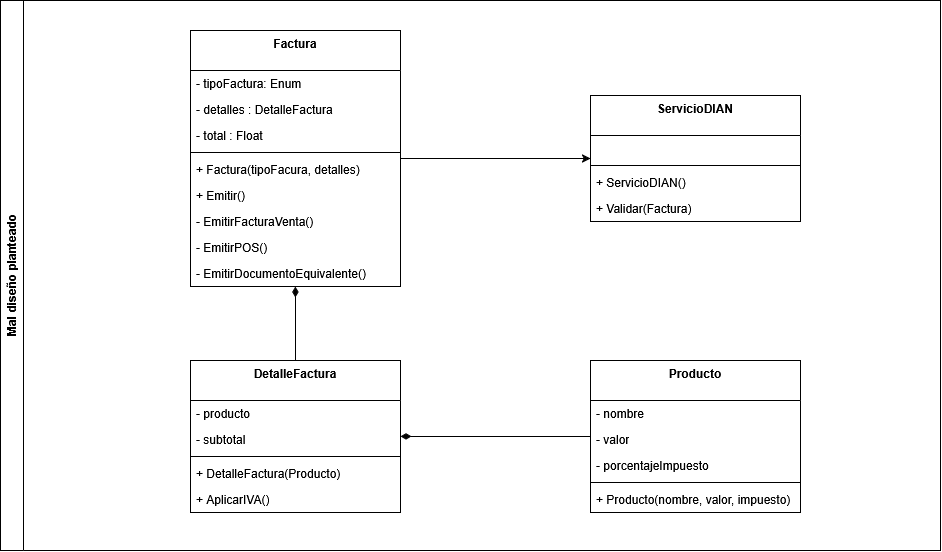
Above: Sample/bad_design/esp_arqsoft_entrega_1_bad_design.drawio.png in devgalop/esp-arqsoft-entregable-1 (draw.io), before the change. Source tidied: cells renumbered, new cells last; positions are measured from the earlier drawing's top-left corner, leaving out a move shared by most shapes.
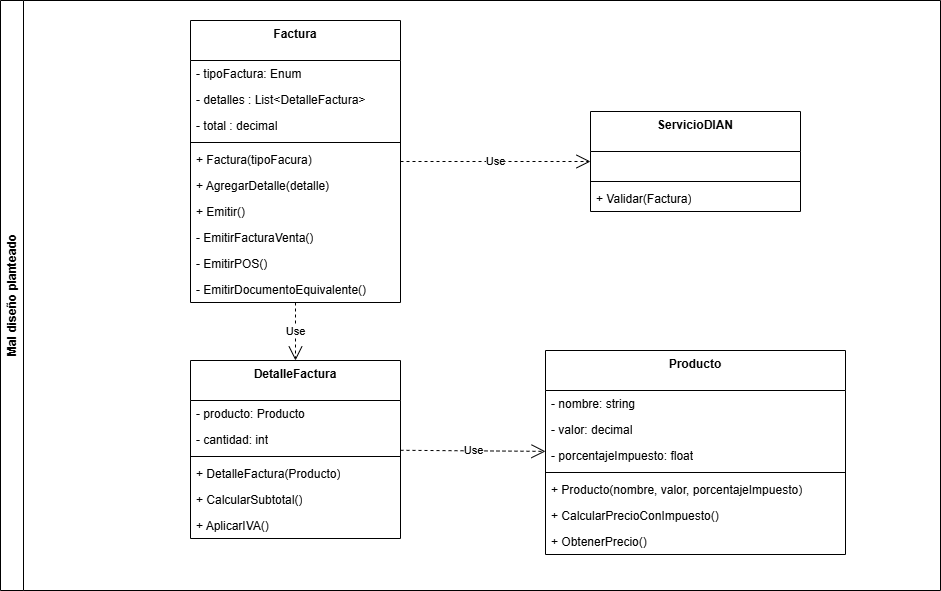
Later version of the same file.

The edit, as a diff of the source:
```diff
@@ -1,99 +1,108 @@
-<mxGraphModel>
+<mxGraphModel background="#ffffff">
   <root>
     <mxCell id="0" />
     <mxCell id="1" parent="0" />
+    <mxCell id="32" value="Mal diseño planteado" style="swimlane;horizontal=0;whiteSpace=wrap;html=1;" parent="1" vertex="1">
+      <mxGeometry width="940" height="590" as="geometry" />
+    </mxCell>
+    <mxCell id="26" value="ServicioDIAN" style="swimlane;fontStyle=1;align=center;verticalAlign=top;horizontal=1;startSize=40;whiteSpace=wrap;html=1;" parent="32" vertex="1">
+      <mxGeometry x="590" y="111" width="210" height="100" as="geometry" />
+    </mxCell>
+    <mxCell id="27" value="&amp;nbsp;" style="text;strokeColor=none;fillColor=none;align=left;verticalAlign=top;spacingLeft=4;spacingRight=4;overflow=hidden;whiteSpace=wrap;html=1;" parent="26" vertex="1">
+      <mxGeometry y="40" width="210" height="26" as="geometry" />
+    </mxCell>
+    <mxCell id="28" style="line;strokeWidth=1;fillColor=none;align=left;verticalAlign=middle;spacingTop=-1;spacingLeft=3;spacingRight=3;labelPosition=right;strokeColor=inherit;" parent="26" vertex="1">
+      <mxGeometry y="66" width="210" height="8" as="geometry" />
+    </mxCell>
+    <mxCell id="30" value="+ Validar(Factura)" style="text;strokeColor=none;fillColor=none;align=left;verticalAlign=top;spacingLeft=4;spacingRight=4;overflow=hidden;whiteSpace=wrap;html=1;" parent="26" vertex="1">
+      <mxGeometry y="74" width="210" height="26" as="geometry" />
+    </mxCell>
+    <mxCell id="18" value="Producto" style="swimlane;fontStyle=1;align=center;verticalAlign=top;horizontal=1;startSize=40;whiteSpace=wrap;html=1;" parent="32" vertex="1">
+      <mxGeometry x="545" y="350" width="300" height="204" as="geometry" />
+    </mxCell>
+    <mxCell id="33" value="- nombre: string" style="text;strokeColor=none;fillColor=none;align=left;verticalAlign=top;spacingLeft=4;spacingRight=4;overflow=hidden;whiteSpace=wrap;html=1;" parent="18" vertex="1">
+      <mxGeometry y="40" width="300" height="26" as="geometry" />
+    </mxCell>
+    <mxCell id="34" value="- valor: decimal" style="text;strokeColor=none;fillColor=none;align=left;verticalAlign=top;spacingLeft=4;spacingRight=4;overflow=hidden;whiteSpace=wrap;html=1;" parent="18" vertex="1">
+      <mxGeometry y="66" width="300" height="26" as="geometry" />
+    </mxCell>
+    <mxCell id="35" value="- porcentajeImpuesto: float" style="text;strokeColor=none;fillColor=none;align=left;verticalAlign=top;spacingLeft=4;spacingRight=4;overflow=hidden;whiteSpace=wrap;html=1;" parent="18" vertex="1">
+      <mxGeometry y="92" width="300" height="26" as="geometry" />
+    </mxCell>
+    <mxCell id="36" style="line;strokeWidth=1;fillColor=none;align=left;verticalAlign=middle;spacingTop=-1;spacingLeft=3;spacingRight=3;labelPosition=right;strokeColor=inherit;" parent="18" vertex="1">
+      <mxGeometry y="118" width="300" height="8" as="geometry" />
+    </mxCell>
+    <mxCell id="37" value="+ Producto(nombre, valor, porcentajeImpuesto)" style="text;strokeColor=none;fillColor=none;align=left;verticalAlign=top;spacingLeft=4;spacingRight=4;overflow=hidden;whiteSpace=wrap;html=1;" parent="18" vertex="1">
+      <mxGeometry y="126" width="300" height="26" as="geometry" />
+    </mxCell>
+    <mxCell id="38" value="+ CalcularPrecioConImpuesto()" style="text;strokeColor=none;fillColor=none;align=left;verticalAlign=top;spacingLeft=4;spacingRight=4;overflow=hidden;whiteSpace=wrap;html=1;" parent="18" vertex="1">
+      <mxGeometry y="152" width="300" height="26" as="geometry" />
+    </mxCell>
+    <mxCell id="39" value="+ ObtenerPrecio()" style="text;strokeColor=none;fillColor=none;align=left;verticalAlign=top;spacingLeft=4;spacingRight=4;overflow=hidden;whiteSpace=wrap;html=1;" parent="18" vertex="1">
+      <mxGeometry y="178" width="300" height="26" as="geometry" />
+    </mxCell>
-    <mxCell id="2" value="Factura" style="swimlane;fontStyle=1;align=center;verticalAlign=top;horizontal=1;startSize=40;whiteSpace=wrap;html=1;" parent="1" vertex="1">
-      <mxGeometry x="190" y="30" width="210" height="256" as="geometry" />
+    <mxCell id="2" value="Factura" style="swimlane;fontStyle=1;align=center;verticalAlign=top;horizontal=1;startSize=40;whiteSpace=wrap;html=1;" parent="32" vertex="1">
+      <mxGeometry x="190" y="20" width="210" height="282" as="geometry" />
     </mxCell>
     <mxCell id="3" value="- tipoFactura: Enum" style="text;strokeColor=none;fillColor=none;align=left;verticalAlign=top;spacingLeft=4;spacingRight=4;overflow=hidden;whiteSpace=wrap;html=1;" parent="2" vertex="1">
       <mxGeometry y="40" width="210" height="26" as="geometry" />
     </mxCell>
-    <mxCell id="4" value="- detalles : DetalleFactura" style="text;strokeColor=none;fillColor=none;align=left;verticalAlign=top;spacingLeft=4;spacingRight=4;overflow=hidden;whiteSpace=wrap;html=1;" parent="2" vertex="1">
+    <mxCell id="4" value="- detalles : List&amp;lt;DetalleFactura&amp;gt;" style="text;strokeColor=none;fillColor=none;align=left;verticalAlign=top;spacingLeft=4;spacingRight=4;overflow=hidden;whiteSpace=wrap;html=1;" parent="2" vertex="1">
       <mxGeometry y="66" width="210" height="26" as="geometry" />
     </mxCell>
-    <mxCell id="5" value="- total : Float" style="text;strokeColor=none;fillColor=none;align=left;verticalAlign=top;spacingLeft=4;spacingRight=4;overflow=hidden;whiteSpace=wrap;html=1;" parent="2" vertex="1">
+    <mxCell id="5" value="- total : decimal" style="text;strokeColor=none;fillColor=none;align=left;verticalAlign=top;spacingLeft=4;spacingRight=4;overflow=hidden;whiteSpace=wrap;html=1;" parent="2" vertex="1">
       <mxGeometry y="92" width="210" height="26" as="geometry" />
     </mxCell>
     <mxCell id="6" style="line;strokeWidth=1;fillColor=none;align=left;verticalAlign=middle;spacingTop=-1;spacingLeft=3;spacingRight=3;labelPosition=right;strokeColor=inherit;" parent="2" vertex="1">
       <mxGeometry y="118" width="210" height="8" as="geometry" />
     </mxCell>
-    <mxCell id="7" value="+ Factura(tipoFacura, detalles)" style="text;strokeColor=none;fillColor=none;align=left;verticalAlign=top;spacingLeft=4;spacingRight=4;overflow=hidden;whiteSpace=wrap;html=1;" parent="2" vertex="1">
+    <mxCell id="7" value="+ Factura(tipoFacura)" style="text;strokeColor=none;fillColor=none;align=left;verticalAlign=top;spacingLeft=4;spacingRight=4;overflow=hidden;whiteSpace=wrap;html=1;" parent="2" vertex="1">
       <mxGeometry y="126" width="210" height="26" as="geometry" />
     </mxCell>
+    <mxCell id="40" value="+ AgregarDetalle(detalle)" style="text;strokeColor=none;fillColor=none;align=left;verticalAlign=top;spacingLeft=4;spacingRight=4;overflow=hidden;whiteSpace=wrap;html=1;" parent="2" vertex="1">
+      <mxGeometry y="152" width="210" height="26" as="geometry" />
+    </mxCell>
     <mxCell id="8" value="+ Emitir()" style="text;strokeColor=none;fillColor=none;align=left;verticalAlign=top;spacingLeft=4;spacingRight=4;overflow=hidden;whiteSpace=wrap;html=1;" parent="2" vertex="1">
-      <mxGeometry y="152" width="210" height="26" as="geometry" />
+      <mxGeometry y="178" width="210" height="26" as="geometry" />
     </mxCell>
     <mxCell id="9" value="- EmitirFacturaVenta()" style="text;strokeColor=none;fillColor=none;align=left;verticalAlign=top;spacingLeft=4;spacingRight=4;overflow=hidden;whiteSpace=wrap;html=1;" parent="2" vertex="1">
-      <mxGeometry y="178" width="210" height="26" as="geometry" />
+      <mxGeometry y="204" width="210" height="26" as="geometry" />
     </mxCell>
     <mxCell id="10" value="- EmitirPOS()" style="text;strokeColor=none;fillColor=none;align=left;verticalAlign=top;spacingLeft=4;spacingRight=4;overflow=hidden;whiteSpace=wrap;html=1;" parent="2" vertex="1">
-      <mxGeometry y="204" width="210" height="26" as="geometry" />
+      <mxGeometry y="230" width="210" height="26" as="geometry" />
     </mxCell>
     <mxCell id="11" value="- EmitirDocumentoEquivalente()" style="text;strokeColor=none;fillColor=none;align=left;verticalAlign=top;spacingLeft=4;spacingRight=4;overflow=hidden;whiteSpace=wrap;html=1;" parent="2" vertex="1">
-      <mxGeometry y="230" width="210" height="26" as="geometry" />
+      <mxGeometry y="256" width="210" height="26" as="geometry" />
     </mxCell>
+    <mxCell id="31" value="Use" style="endArrow=open;endSize=12;dashed=1;html=1;" parent="32" edge="1" source="2" target="26">
+      <mxGeometry relative="1" as="geometry" />
+    </mxCell>
-    <mxCell id="12" value="DetalleFactura" style="swimlane;fontStyle=1;align=center;verticalAlign=top;horizontal=1;startSize=40;whiteSpace=wrap;html=1;" parent="1" vertex="1">
-      <mxGeometry x="190" y="360" width="210" height="152" as="geometry" />
+    <mxCell id="12" value="DetalleFactura" style="swimlane;fontStyle=1;align=center;verticalAlign=top;horizontal=1;startSize=40;whiteSpace=wrap;html=1;" parent="32" vertex="1">
+      <mxGeometry x="190" y="360" width="210" height="178" as="geometry" />
     </mxCell>
-    <mxCell id="13" value="- producto" style="text;strokeColor=none;fillColor=none;align=left;verticalAlign=top;spacingLeft=4;spacingRight=4;overflow=hidden;whiteSpace=wrap;html=1;" parent="12" vertex="1">
-      <mxGeometry y="40" width="210" height="26" as="geometry" />
-    </mxCell>
-    <mxCell id="14" value="- subtotal" style="text;strokeColor=none;fillColor=none;align=left;verticalAlign=top;spacingLeft=4;spacingRight=4;overflow=hidden;whiteSpace=wrap;html=1;" parent="12" vertex="1">
-      <mxGeometry y="66" width="210" height="26" as="geometry" />
-    </mxCell>
+    <mxCell id="41" value="- producto: Producto" style="text;strokeColor=none;fillColor=none;align=left;verticalAlign=top;spacingLeft=4;spacingRight=4;overflow=hidden;whiteSpace=wrap;html=1;" parent="12" vertex="1">
+      <mxGeometry y="40" width="210" height="26" as="geometry" />
+    </mxCell>
+    <mxCell id="42" value="- cantidad: int" style="text;strokeColor=none;fillColor=none;align=left;verticalAlign=top;spacingLeft=4;spacingRight=4;overflow=hidden;whiteSpace=wrap;html=1;" parent="12" vertex="1">
+      <mxGeometry y="66" width="210" height="26" as="geometry" />
+    </mxCell>
     <mxCell id="15" style="line;strokeWidth=1;fillColor=none;align=left;verticalAlign=middle;spacingTop=-1;spacingLeft=3;spacingRight=3;labelPosition=right;strokeColor=inherit;" parent="12" vertex="1">
       <mxGeometry y="92" width="210" height="8" as="geometry" />
     </mxCell>
     <mxCell id="16" value="+ DetalleFactura(Producto)" style="text;strokeColor=none;fillColor=none;align=left;verticalAlign=top;spacingLeft=4;spacingRight=4;overflow=hidden;whiteSpace=wrap;html=1;" parent="12" vertex="1">
       <mxGeometry y="100" width="210" height="26" as="geometry" />
     </mxCell>
+    <mxCell id="43" value="+ CalcularSubtotal()" style="text;strokeColor=none;fillColor=none;align=left;verticalAlign=top;spacingLeft=4;spacingRight=4;overflow=hidden;whiteSpace=wrap;html=1;" parent="12" vertex="1">
+      <mxGeometry y="126" width="210" height="26" as="geometry" />
+    </mxCell>
     <mxCell id="17" value="+ AplicarIVA()" style="text;strokeColor=none;fillColor=none;align=left;verticalAlign=top;spacingLeft=4;spacingRight=4;overflow=hidden;whiteSpace=wrap;html=1;" parent="12" vertex="1">
-      <mxGeometry y="126" width="210" height="26" as="geometry" />
+      <mxGeometry y="152" width="210" height="26" as="geometry" />
     </mxCell>
-    <mxCell id="18" value="Producto" style="swimlane;fontStyle=1;align=center;verticalAlign=top;horizontal=1;startSize=40;whiteSpace=wrap;html=1;" parent="1" vertex="1">
-      <mxGeometry x="590" y="360" width="210" height="152" as="geometry" />
-    </mxCell>
-    <mxCell id="19" value="- nombre" style="text;strokeColor=none;fillColor=none;align=left;verticalAlign=top;spacingLeft=4;spacingRight=4;overflow=hidden;whiteSpace=wrap;html=1;" parent="18" vertex="1">
-      <mxGeometry y="40" width="210" height="26" as="geometry" />
-    </mxCell>
-    <mxCell id="20" value="- valor" style="text;strokeColor=none;fillColor=none;align=left;verticalAlign=top;spacingLeft=4;spacingRight=4;overflow=hidden;whiteSpace=wrap;html=1;" parent="18" vertex="1">
-      <mxGeometry y="66" width="210" height="26" as="geometry" />
-    </mxCell>
-    <mxCell id="21" value="- porcentajeImpuesto" style="text;strokeColor=none;fillColor=none;align=left;verticalAlign=top;spacingLeft=4;spacingRight=4;overflow=hidden;whiteSpace=wrap;html=1;" parent="18" vertex="1">
-      <mxGeometry y="92" width="210" height="26" as="geometry" />
-    </mxCell>
-    <mxCell id="22" style="line;strokeWidth=1;fillColor=none;align=left;verticalAlign=middle;spacingTop=-1;spacingLeft=3;spacingRight=3;labelPosition=right;strokeColor=inherit;" parent="18" vertex="1">
-      <mxGeometry y="118" width="210" height="8" as="geometry" />
-    </mxCell>
-    <mxCell id="23" value="+ Producto(nombre, valor, impuesto)" style="text;strokeColor=none;fillColor=none;align=left;verticalAlign=top;spacingLeft=4;spacingRight=4;overflow=hidden;whiteSpace=wrap;html=1;" parent="18" vertex="1">
-      <mxGeometry y="126" width="210" height="26" as="geometry" />
-    </mxCell>
-    <mxCell id="24" style="endArrow=none;startArrow=diamondThin;endFill=0;startFill=1;html=1;verticalAlign=bottom;labelBackgroundColor=none;strokeWidth=1;startSize=8;endSize=8;rounded=0;" parent="1" edge="1" source="2" target="12">
+    <mxCell id="24" value="Use" style="endArrow=open;endSize=12;dashed=1;html=1;" parent="32" edge="1" source="2" target="12">
       <mxGeometry relative="1" as="geometry" />
     </mxCell>
-    <mxCell id="25" style="endArrow=none;startArrow=diamondThin;endFill=0;startFill=1;html=1;verticalAlign=bottom;labelBackgroundColor=none;strokeWidth=1;startSize=8;endSize=8;rounded=0;" parent="1" edge="1" source="12" target="18">
+    <mxCell id="25" value="Use" style="endArrow=open;endSize=12;dashed=1;html=1;" parent="32" edge="1" source="12" target="18">
       <mxGeometry relative="1" as="geometry" />
     </mxCell>
-    <mxCell id="26" value="ServicioDIAN" style="swimlane;fontStyle=1;align=center;verticalAlign=top;horizontal=1;startSize=40;whiteSpace=wrap;html=1;" parent="1" vertex="1">
-      <mxGeometry x="590" y="95" width="210" height="126" as="geometry" />
-    </mxCell>
-    <mxCell id="27" value="&amp;nbsp;" style="text;strokeColor=none;fillColor=none;align=left;verticalAlign=top;spacingLeft=4;spacingRight=4;overflow=hidden;whiteSpace=wrap;html=1;" parent="26" vertex="1">
-      <mxGeometry y="40" width="210" height="26" as="geometry" />
-    </mxCell>
-    <mxCell id="28" style="line;strokeWidth=1;fillColor=none;align=left;verticalAlign=middle;spacingTop=-1;spacingLeft=3;spacingRight=3;labelPosition=right;strokeColor=inherit;" parent="26" vertex="1">
-      <mxGeometry y="66" width="210" height="8" as="geometry" />
-    </mxCell>
-    <mxCell id="29" value="+ ServicioDIAN()" style="text;strokeColor=none;fillColor=none;align=left;verticalAlign=top;spacingLeft=4;spacingRight=4;overflow=hidden;whiteSpace=wrap;html=1;" parent="26" vertex="1">
-      <mxGeometry y="74" width="210" height="26" as="geometry" />
-    </mxCell>
-    <mxCell id="30" value="+ Validar(Factura)" style="text;strokeColor=none;fillColor=none;align=left;verticalAlign=top;spacingLeft=4;spacingRight=4;overflow=hidden;whiteSpace=wrap;html=1;" parent="26" vertex="1">
-      <mxGeometry y="100" width="210" height="26" as="geometry" />
-    </mxCell>
-    <mxCell id="31" style="endArrow=classic;html=1;rounded=0;fillColor=#f8cecc;strokeColor=#000000;" parent="1" edge="1" source="2" target="26">
-      <mxGeometry relative="1" as="geometry" />
-    </mxCell>
-    <mxCell id="32" value="Mal diseño planteado" style="swimlane;horizontal=0;whiteSpace=wrap;html=1;" parent="1" vertex="1">
-      <mxGeometry width="940" height="550" as="geometry" />
-    </mxCell>
   </root>
 </mxGraphModel>
```
